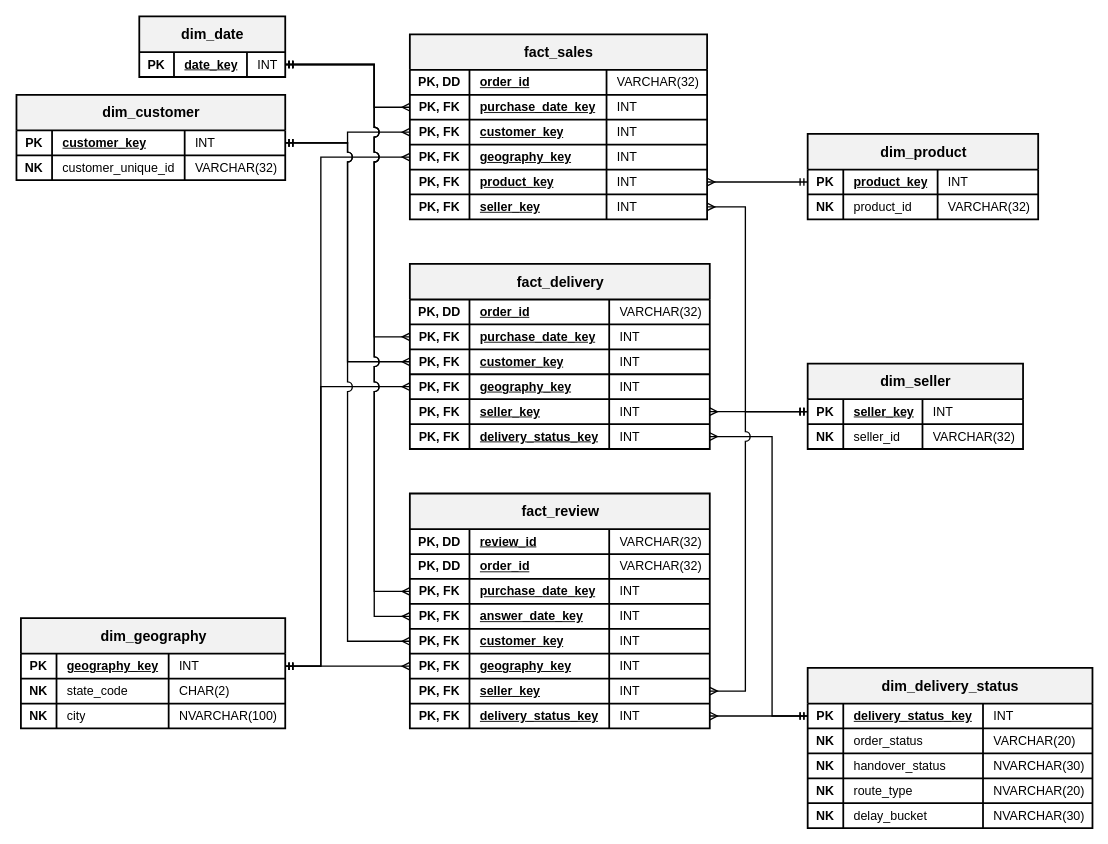
This is page "[Seminar] - Lược đồ tổng thể" (3 of 3) of docs/images/dds_schema.drawio from TrucHang676/bi-miniproject, a draw.io file, before an edit. Source tidied: cells renumbered, new cells numbered last; positions are measured from the earlier drawing's top-left corner, leaving out a move shared by most shapes. Both pictures are drawn from the tidied source at 89%, with x=0, y=0 at pixel (16, 16).
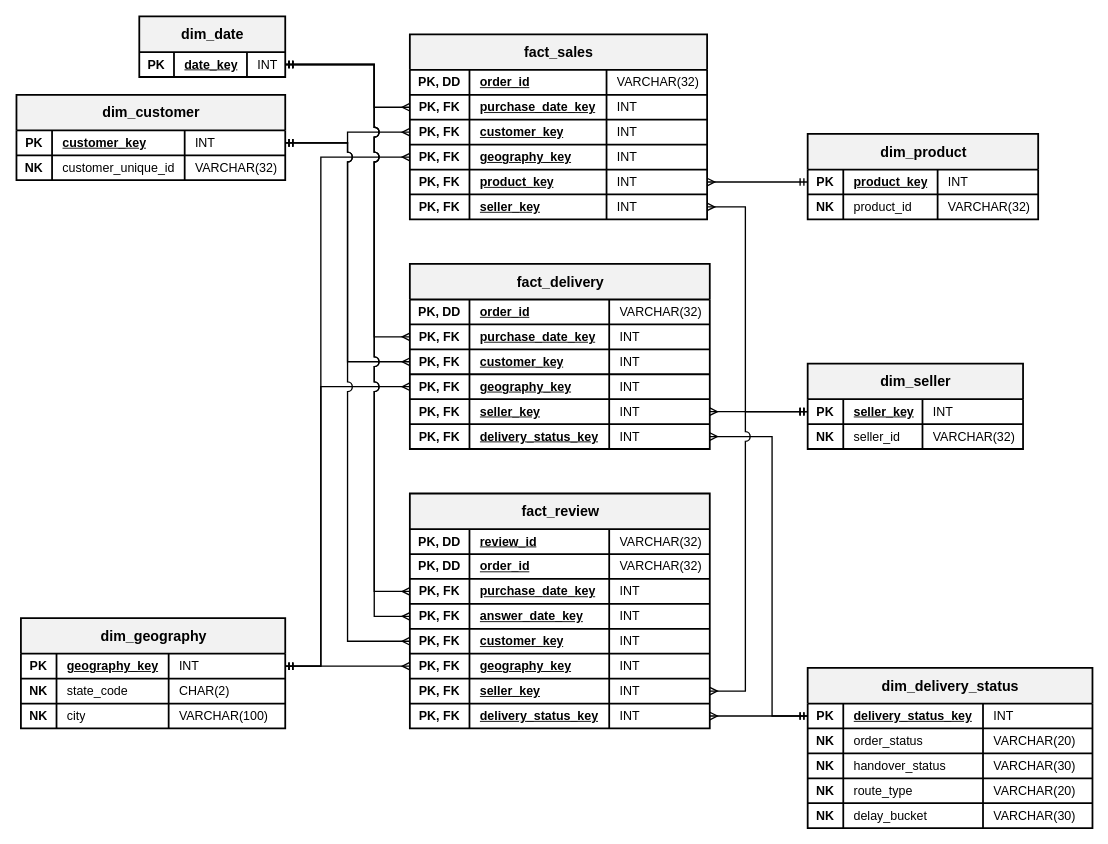
After the change.

Unchanged cells that the change refers to:
```xml
<mxCell id="108" style="shape=tableRow;horizontal=0;startSize=0;swimlaneHead=0;swimlaneBody=0;strokeColor=inherit;top=0;left=0;bottom=0;right=0;fillColor=none;html=1;" parent="99" vertex="1">
  <mxGeometry y="96" width="297" height="28" as="geometry" />
</mxCell>
<mxCell id="139" style="shape=tableRow;horizontal=0;startSize=0;swimlaneHead=0;swimlaneBody=0;strokeColor=inherit;top=0;left=0;bottom=0;right=0;fillColor=none;html=1;" parent="130" vertex="1">
  <mxGeometry y="96" width="320" height="28" as="geometry" />
</mxCell>
<mxCell id="143" style="shape=tableRow;horizontal=0;startSize=0;swimlaneHead=0;swimlaneBody=0;strokeColor=inherit;top=0;left=0;bottom=0;right=0;fillColor=none;html=1;" parent="130" vertex="1">
  <mxGeometry y="124" width="320" height="28" as="geometry" />
</mxCell>
<mxCell id="147" style="shape=tableRow;horizontal=0;startSize=0;swimlaneHead=0;swimlaneBody=0;strokeColor=inherit;top=0;left=0;bottom=0;right=0;fillColor=none;html=1;" parent="130" vertex="1">
  <mxGeometry y="152" width="320" height="28" as="geometry" />
</mxCell>
```

Diff of the diagram source:
```diff
@@
-    <mxCell id="111" value="NVARCHAR(100)" style="shape=partialRectangle;html=1;whiteSpace=wrap;strokeColor=inherit;overflow=hidden;fillColor=none;top=0;left=0;bottom=0;right=0;fontFamily=Arial;fontSize=14;fontColor=#000000;fontStyle=0;align=left;spacingLeft=10;" parent="108" vertex="1">
+    <mxCell id="111" value="VARCHAR(100)" style="shape=partialRectangle;html=1;whiteSpace=wrap;strokeColor=inherit;overflow=hidden;fillColor=none;top=0;left=0;bottom=0;right=0;fontFamily=Arial;fontSize=14;fontColor=#000000;fontStyle=0;align=left;spacingLeft=10;" parent="108" vertex="1">
       <mxGeometry x="166" width="131" height="28" as="geometry" />
     </mxCell>
@@
-    <mxCell id="142" value="NVARCHAR(30)" style="shape=partialRectangle;html=1;whiteSpace=wrap;strokeColor=inherit;overflow=hidden;fillColor=none;top=0;left=0;bottom=0;right=0;fontFamily=Arial;fontSize=14;fontColor=#000000;fontStyle=0;align=left;spacingLeft=10;" parent="139" vertex="1">
+    <mxCell id="142" value="VARCHAR(30)" style="shape=partialRectangle;html=1;whiteSpace=wrap;strokeColor=inherit;overflow=hidden;fillColor=none;top=0;left=0;bottom=0;right=0;fontFamily=Arial;fontSize=14;fontColor=#000000;fontStyle=0;align=left;spacingLeft=10;" parent="139" vertex="1">
       <mxGeometry x="197" width="123" height="28" as="geometry" />
     </mxCell>
@@
-    <mxCell id="146" value="NVARCHAR(20)" style="shape=partialRectangle;html=1;whiteSpace=wrap;strokeColor=inherit;overflow=hidden;fillColor=none;top=0;left=0;bottom=0;right=0;fontFamily=Arial;fontSize=14;fontColor=#000000;fontStyle=0;align=left;spacingLeft=10;" parent="143" vertex="1">
+    <mxCell id="146" value="VARCHAR(20)" style="shape=partialRectangle;html=1;whiteSpace=wrap;strokeColor=inherit;overflow=hidden;fillColor=none;top=0;left=0;bottom=0;right=0;fontFamily=Arial;fontSize=14;fontColor=#000000;fontStyle=0;align=left;spacingLeft=10;" parent="143" vertex="1">
       <mxGeometry x="197" width="123" height="28" as="geometry" />
     </mxCell>
@@
-    <mxCell id="150" value="NVARCHAR(30)" style="shape=partialRectangle;html=1;whiteSpace=wrap;strokeColor=inherit;overflow=hidden;fillColor=none;top=0;left=0;bottom=0;right=0;fontFamily=Arial;fontSize=14;fontColor=#000000;fontStyle=0;align=left;spacingLeft=10;" parent="147" vertex="1">
+    <mxCell id="150" value="VARCHAR(30)" style="shape=partialRectangle;html=1;whiteSpace=wrap;strokeColor=inherit;overflow=hidden;fillColor=none;top=0;left=0;bottom=0;right=0;fontFamily=Arial;fontSize=14;fontColor=#000000;fontStyle=0;align=left;spacingLeft=10;" parent="147" vertex="1">
       <mxGeometry x="197" width="123" height="28" as="geometry" />
     </mxCell>
```
